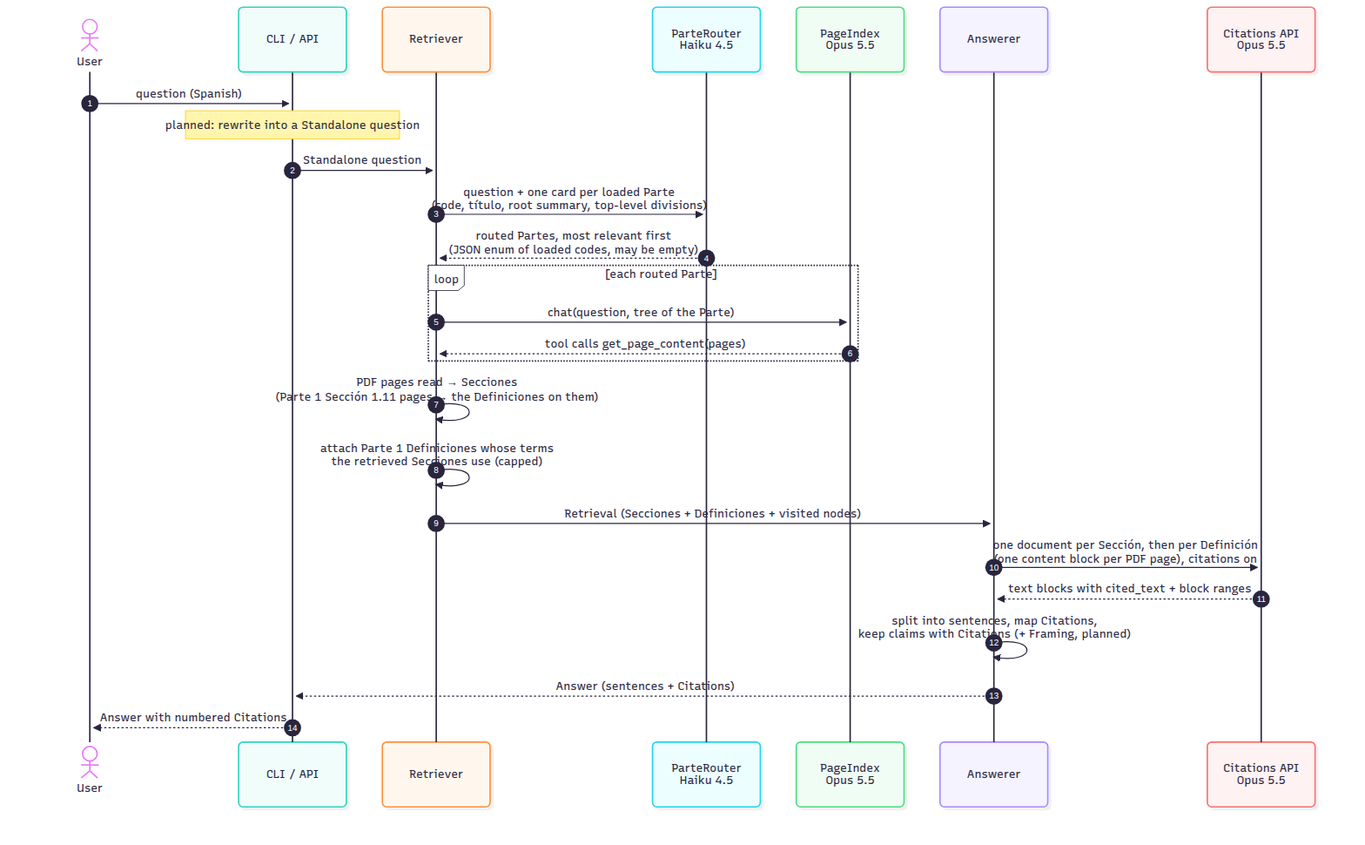
Above: docs/diagrams/answering.png in Guernik/raac-rag (Mermaid), before the change. Its source is kept beside it as docs/diagrams/answering.mmd.
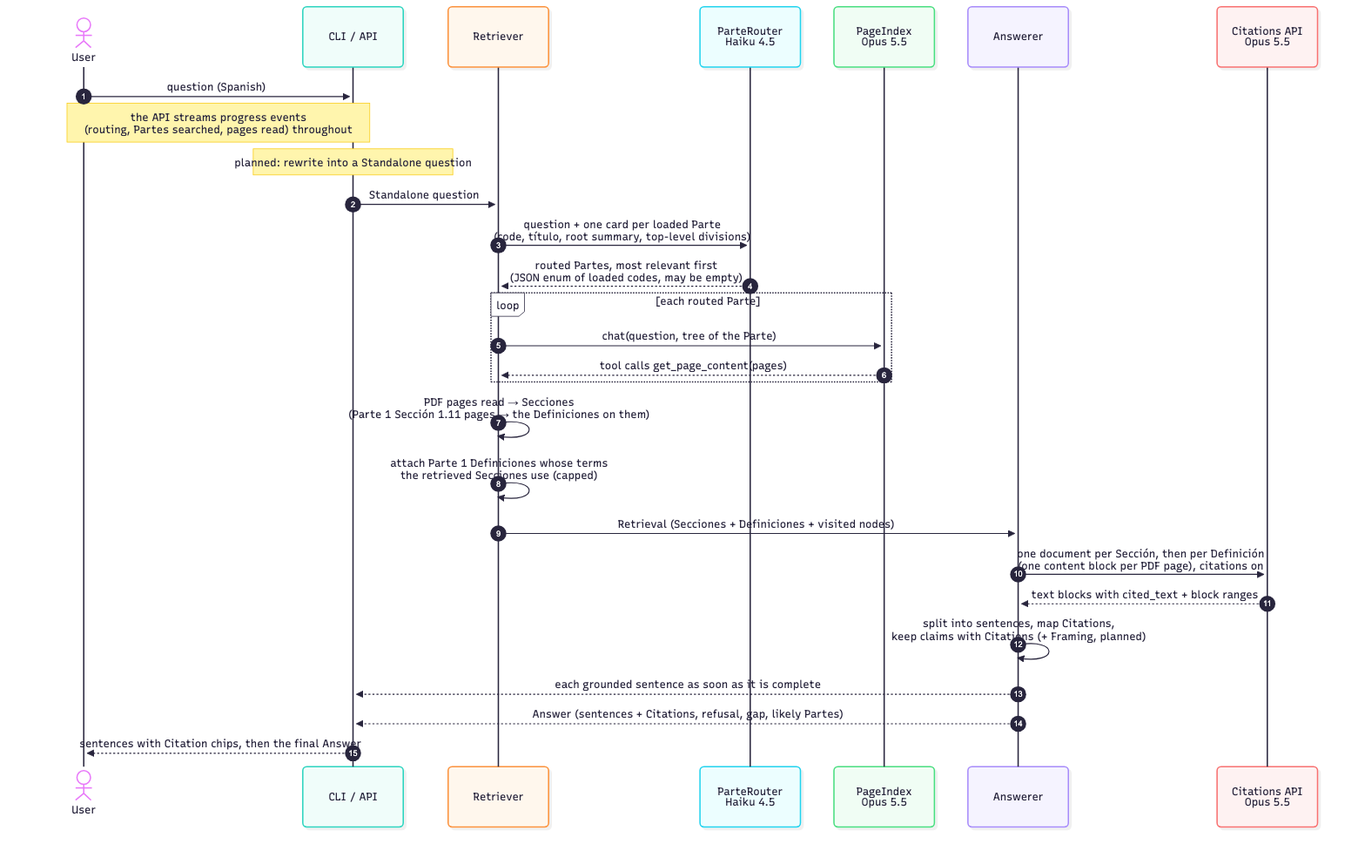
The same diagram one commit later.

Commit message:
docs: diagrams show the streaming API and web UI

Diff of the diagram source:
```diff
@@ -9,6 +9,7 @@
     participant L as Citations API<br/>Opus 5.5
 
     U->>C: question (Spanish)
+    Note over C,U: the API streams progress events<br/>(routing, Partes searched, pages read) throughout
     Note over C: planned: rewrite into a Standalone question
     C->>R: Standalone question
     R->>RT: question + one card per loaded Parte<br/>(code, título, root summary, top-level divisions)
@@ -23,5 +24,6 @@
     A->>L: one document per Sección, then per Definición<br/>(one content block per PDF page), citations on
     L-->>A: text blocks with cited_text + block ranges
     A->>A: split into sentences, map Citations,<br/>keep claims with Citations (+ Framing, planned)
-    A-->>C: Answer (sentences + Citations)
-    C-->>U: Answer with numbered Citations
+    A-->>C: each grounded sentence as soon as it is complete
+    A-->>C: Answer (sentences + Citations, refusal, gap, likely Partes)
+    C-->>U: sentences with Citation chips, then the final Answer
```
